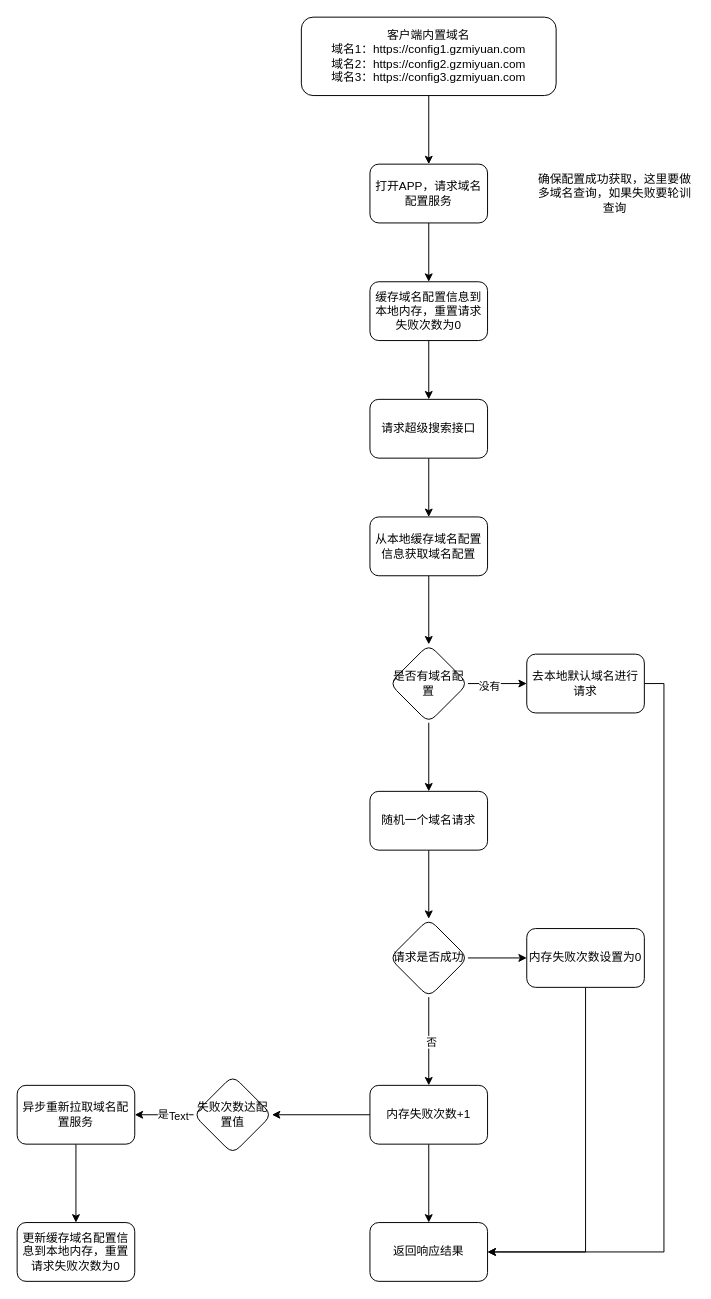
Before: miyuan/客户端切流方案.drawio in smallleaf/draw.io, a draw.io diagram. Source tidied: cells renumbered, new cells numbered last; positions are measured from the earlier drawing's top-left corner, leaving out a move shared by most shapes. Both pictures are drawn from the tidied source at 98%, with x=0, y=0 at pixel (17, 17).
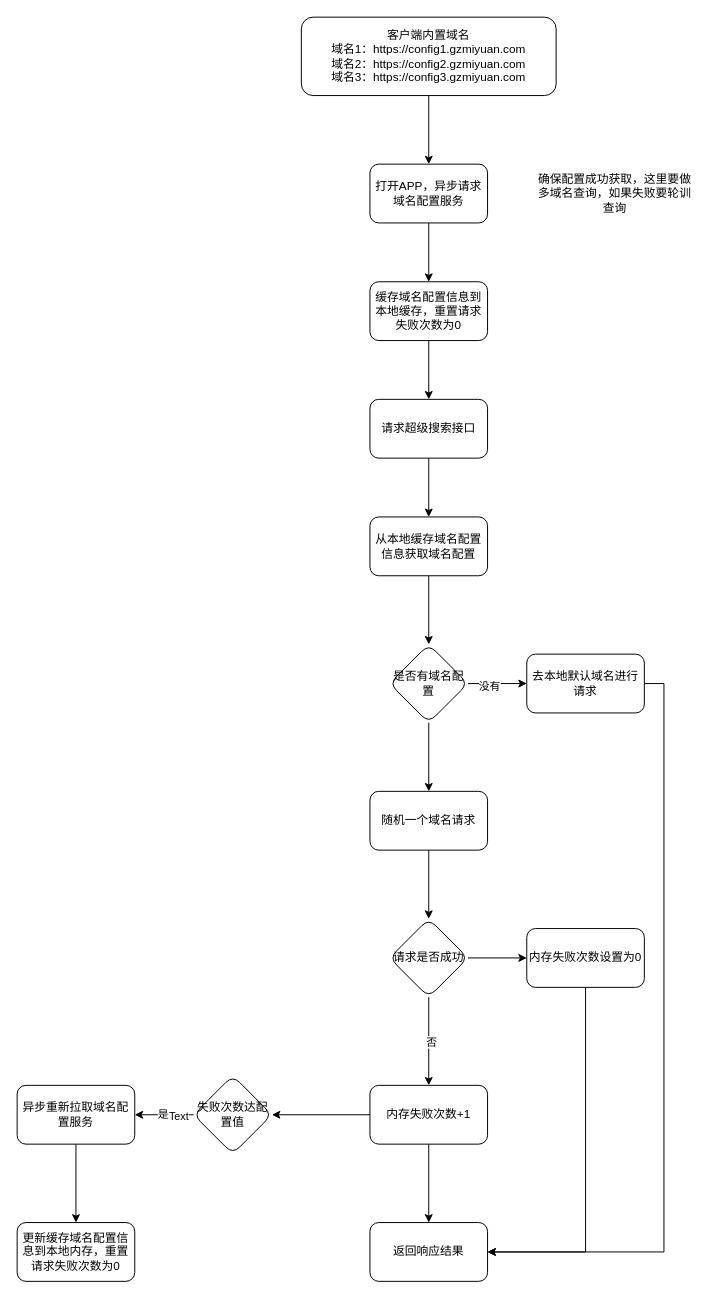
The same diagram, later.

Commit message:
更新客户端切流方案.drawio

Change to the diagram source:
```diff
@@
-    <mxCell id="5" value="打开APP，请求域名配置服务" style="rounded=1;whiteSpace=wrap;html=1;" parent="1" vertex="1">
+    <mxCell id="5" value="打开APP，异步请求域名配置服务" style="rounded=1;whiteSpace=wrap;html=1;" parent="1" vertex="1">
       <mxGeometry x="360" y="150" width="120" height="60" as="geometry" />
     </mxCell>
@@
-    <mxCell id="8" value="缓存域名配置信息到本地内存，重置请求失败次数为0" style="rounded=1;whiteSpace=wrap;html=1;" parent="1" vertex="1">
+    <mxCell id="8" value="缓存域名配置信息到本地缓存，重置请求失败次数为0" style="rounded=1;whiteSpace=wrap;html=1;" parent="1" vertex="1">
       <mxGeometry x="360" y="270" width="120" height="60" as="geometry" />
     </mxCell>
```
